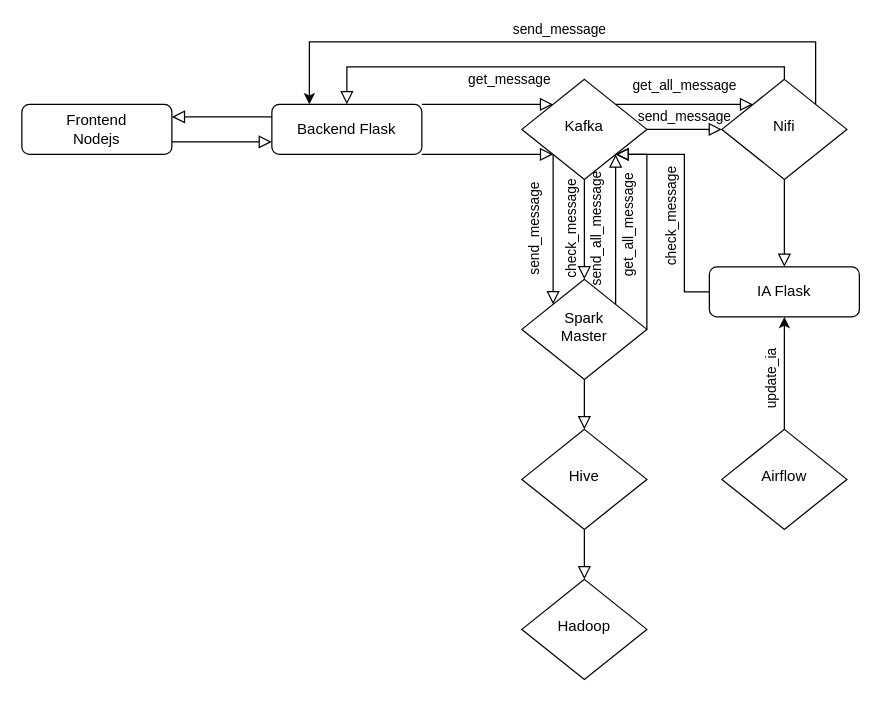
bsae19/NitroChatV2 keeps this draw.io diagram as Diagramme des flux.drawio. Above is the earlier version. Source tidied: cells renumbered, new cells numbered last; positions are measured from the earlier drawing's top-left corner, leaving out a move shared by most shapes. Both pictures are drawn from the tidied source at 125%, with x=0, y=0 at pixel (21, 41).
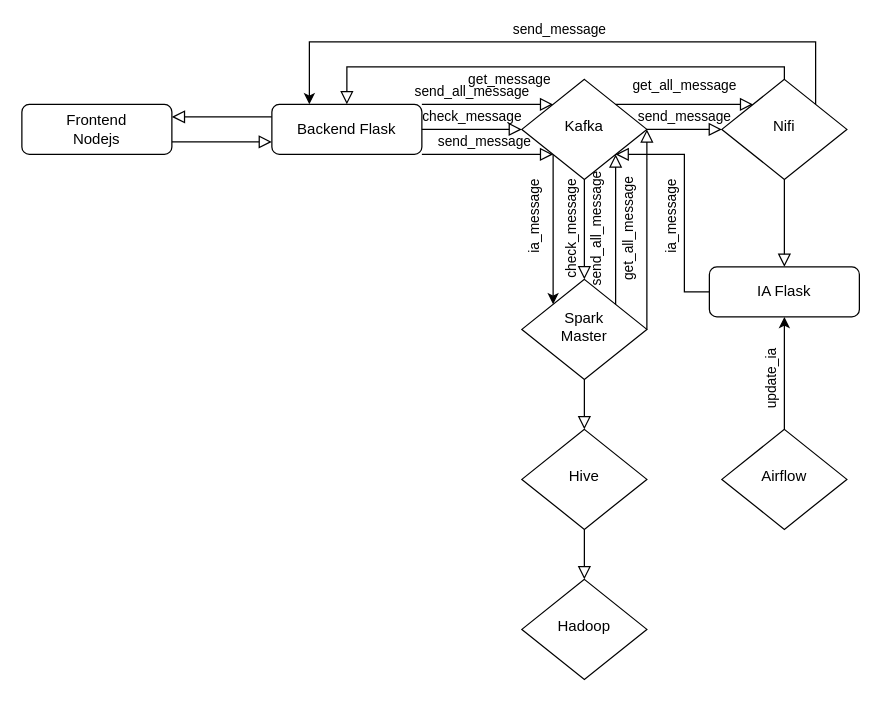
The same diagram, later.

Commit message:
Mettre à jour Diagramme des flux.drawio

The change refers to these unchanged cells:
```xml
<mxCell id="5" value="Kafka" style="rhombus;whiteSpace=wrap;html=1;shadow=0;fontFamily=Helvetica;fontSize=12;align=center;strokeWidth=1;spacing=6;spacingTop=-4;" parent="1" vertex="1">
  <mxGeometry x="400" y="30" width="100" height="80" as="geometry" />
</mxCell>
<mxCell id="6" value="IA Flask" style="rounded=1;whiteSpace=wrap;html=1;fontSize=12;glass=0;strokeWidth=1;shadow=0;" parent="1" vertex="1">
  <mxGeometry x="550" y="180" width="120" height="40" as="geometry" />
</mxCell>
<mxCell id="8" value="Spark&lt;div&gt;Master&lt;/div&gt;" style="rhombus;whiteSpace=wrap;html=1;shadow=0;fontFamily=Helvetica;fontSize=12;align=center;strokeWidth=1;spacing=6;spacingTop=-4;" parent="1" vertex="1">
  <mxGeometry x="400" y="190" width="100" height="80" as="geometry" />
</mxCell>
<mxCell id="11" value="Backend Flask" style="rounded=1;whiteSpace=wrap;html=1;fontSize=12;glass=0;strokeWidth=1;shadow=0;" parent="1" vertex="1">
  <mxGeometry x="200" y="50" width="120" height="40" as="geometry" />
</mxCell>
```

Diff of the diagram source:
```diff
@@
-    <mxCell id="4" value="send_message" style="rounded=0;html=1;jettySize=auto;fontSize=11;endArrow=block;endFill=0;endSize=8;strokeWidth=1;shadow=0;labelBackgroundColor=none;edgeStyle=orthogonalEdgeStyle;exitX=0;exitY=1;exitDx=0;exitDy=0;entryX=0;entryY=0;entryDx=0;entryDy=0;horizontal=0;" parent="1" edge="1" source="5" target="8">
-      <mxGeometry y="-15" relative="1" as="geometry" />
+    <mxCell id="4" value="ia_message" style="edgeStyle=orthogonalEdgeStyle;rounded=0;jettySize=auto;html=1;entryX=0;entryY=0;entryDx=0;entryDy=0;exitX=0;exitY=1;exitDx=0;exitDy=0;horizontal=0;" parent="1" edge="1" source="5" target="8">
+      <mxGeometry x="-0.17" y="-15" relative="1" as="geometry" />
     </mxCell>
@@
-    <mxCell id="10" style="rounded=0;html=1;jettySize=auto;fontSize=11;endArrow=block;endFill=0;endSize=8;strokeWidth=1;shadow=0;labelBackgroundColor=none;edgeStyle=orthogonalEdgeStyle;entryX=0;entryY=0;entryDx=0;entryDy=0;exitX=1;exitY=0;exitDx=0;exitDy=0;" parent="1" edge="1" source="11" target="5">
-      <mxGeometry y="20" relative="1" as="geometry">
+    <mxCell id="10" value="send_all_message" style="rounded=0;html=1;jettySize=auto;fontSize=11;endArrow=block;endFill=0;endSize=8;strokeWidth=1;shadow=0;labelBackgroundColor=none;edgeStyle=orthogonalEdgeStyle;entryX=0;entryY=0;entryDx=0;entryDy=0;exitX=1;exitY=0;exitDx=0;exitDy=0;" parent="1" edge="1" source="11" target="5">
+      <mxGeometry x="-0.24" y="10" relative="1" as="geometry">
         <Array as="points">
           <mxPoint x="340" y="50" />
           <mxPoint x="340" y="50" />
         </Array>
       </mxGeometry>
     </mxCell>
@@
-    <mxCell id="12" value="check_message" style="edgeStyle=orthogonalEdgeStyle;rounded=0;html=1;jettySize=auto;fontSize=11;endArrow=block;endFill=0;endSize=8;strokeWidth=1;shadow=0;labelBackgroundColor=none;exitX=0;exitY=0.5;exitDx=0;exitDy=0;entryX=1;entryY=1;entryDx=0;entryDy=0;horizontal=0;" parent="1" edge="1" source="6" target="5">
+    <mxCell id="12" value="ia_message" style="edgeStyle=orthogonalEdgeStyle;rounded=0;html=1;jettySize=auto;fontSize=11;endArrow=block;endFill=0;endSize=8;strokeWidth=1;shadow=0;labelBackgroundColor=none;exitX=0;exitY=0.5;exitDx=0;exitDy=0;entryX=1;entryY=1;entryDx=0;entryDy=0;horizontal=0;" parent="1" edge="1" source="6" target="5">
       <mxGeometry x="-0.14" y="10" relative="1" as="geometry">
         <Array as="points">
           <mxPoint x="530" y="200" />
           <mxPoint x="530" y="90" />
         </Array>
       </mxGeometry>
     </mxCell>
@@
-    <mxCell id="24" value="get_all_message" style="rounded=0;html=1;jettySize=auto;fontSize=11;endArrow=block;endFill=0;endSize=8;strokeWidth=1;shadow=0;labelBackgroundColor=none;edgeStyle=orthogonalEdgeStyle;exitX=1;exitY=0;exitDx=0;exitDy=0;horizontal=0;entryX=1;entryY=1;entryDx=0;entryDy=0;" parent="1" edge="1" target="5">
+    <mxCell id="24" value="get_all_message" style="rounded=0;html=1;jettySize=auto;fontSize=11;endArrow=block;endFill=0;endSize=8;strokeWidth=1;shadow=0;labelBackgroundColor=none;edgeStyle=orthogonalEdgeStyle;exitX=1;exitY=0;exitDx=0;exitDy=0;horizontal=0;entryX=1;entryY=0.5;entryDx=0;entryDy=0;" parent="1" edge="1" target="5">
       <mxGeometry y="15" relative="1" as="geometry">
         <mxPoint x="500" y="230" as="sourcePoint" />
         <Array as="points">
-          <mxPoint x="500" y="90" />
+          <mxPoint x="500" y="170" />
+          <mxPoint x="500" y="170" />
         </Array>
       </mxGeometry>
     </mxCell>
@@
-    <mxCell id="27" style="rounded=0;html=1;jettySize=auto;fontSize=11;endArrow=block;endFill=0;endSize=8;strokeWidth=1;shadow=0;labelBackgroundColor=none;edgeStyle=orthogonalEdgeStyle;entryX=0;entryY=1;entryDx=0;entryDy=0;exitX=1;exitY=1;exitDx=0;exitDy=0;" parent="1" edge="1" source="11" target="5">
-      <mxGeometry y="20" relative="1" as="geometry">
+    <mxCell id="27" value="send_message" style="rounded=0;html=1;jettySize=auto;fontSize=11;endArrow=block;endFill=0;endSize=8;strokeWidth=1;shadow=0;labelBackgroundColor=none;edgeStyle=orthogonalEdgeStyle;entryX=0;entryY=1;entryDx=0;entryDy=0;exitX=1;exitY=1;exitDx=0;exitDy=0;" parent="1" edge="1" source="11" target="5">
+      <mxGeometry x="-0.05" y="10" relative="1" as="geometry">
         <Array as="points">
           <mxPoint x="340" y="90" />
           <mxPoint x="340" y="90" />
         </Array>
       </mxGeometry>
     </mxCell>
+    <mxCell id="28" value="check_message" style="rounded=0;html=1;jettySize=auto;fontSize=11;endArrow=block;endFill=0;endSize=8;strokeWidth=1;shadow=0;labelBackgroundColor=none;edgeStyle=orthogonalEdgeStyle;entryX=0;entryY=0.5;entryDx=0;entryDy=0;exitX=1;exitY=0.5;exitDx=0;exitDy=0;" parent="1" edge="1" source="11" target="5">
+      <mxGeometry y="10" relative="1" as="geometry">
+        <Array as="points">
+          <mxPoint x="360" y="70" />
+          <mxPoint x="360" y="70" />
+        </Array>
+      </mxGeometry>
+    </mxCell>
```
